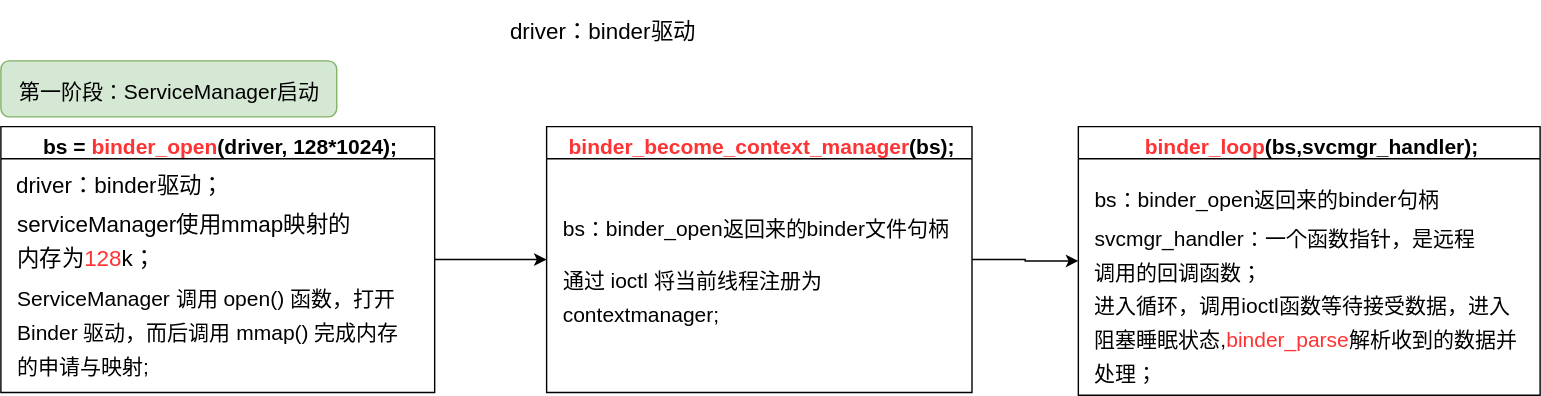
Before: Binder服务注册过程.drawio.svg, a diagram exported from draw.io (guozhenguang/picture). Source tidied: cells renumbered, new cells last; positions are measured from the earlier drawing's top-left corner, leaving out a move shared by most shapes.
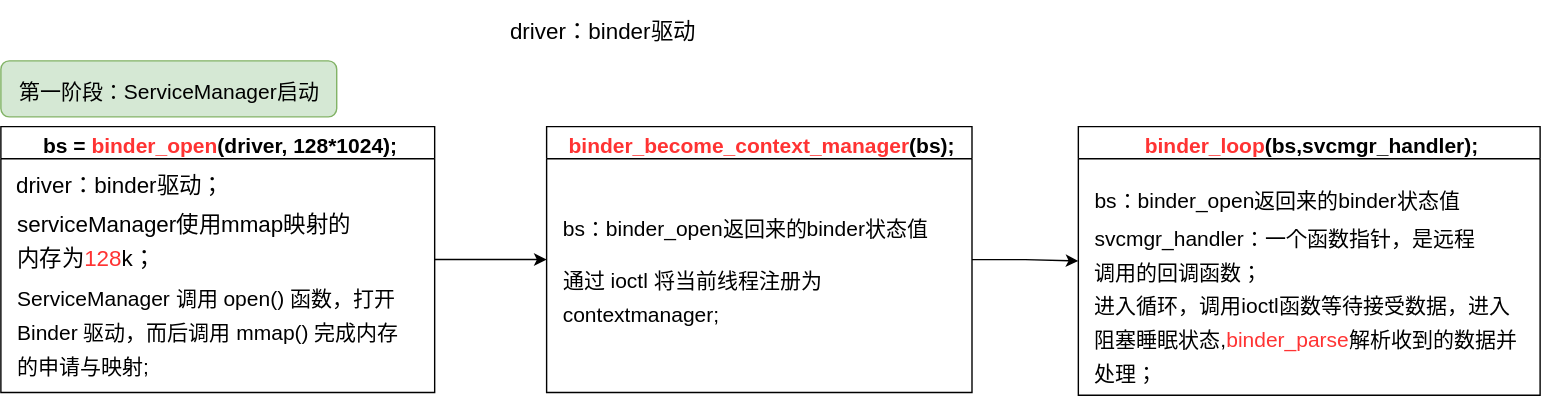
The same diagram one commit later.

Commit message:
更新Binder服务注册过程.drawio.svg

The edit, as a diff of the source:
```diff
@@ -32,8 +32,8 @@
     <mxCell id="11" value="&lt;font style=&quot;font-size: 15px;&quot; face=&quot;Helvetica&quot;&gt;通过 ioctl 将当前线程注册为 &lt;br&gt;contextmanager;&lt;/font&gt;" style="text;html=1;align=left;verticalAlign=middle;strokeColor=none;fillColor=none;fontSize=20;fontFamily=Architects Daughter;" parent="10" vertex="1">
       <mxGeometry x="10" y="90" width="210" height="60" as="geometry" />
     </mxCell>
-    <mxCell id="12" value="&lt;font face=&quot;Helvetica&quot;&gt;&lt;span style=&quot;font-size: 15px;&quot;&gt;bs：binder_open返回来的binder文件句柄&lt;/span&gt;&lt;/font&gt;" style="text;html=1;align=left;verticalAlign=middle;strokeColor=none;fillColor=none;fontSize=20;fontFamily=Architects Daughter;" parent="10" vertex="1">
-      <mxGeometry x="10" y="52" width="294" height="37" as="geometry" />
+    <mxCell id="12" value="&lt;font face=&quot;Helvetica&quot;&gt;&lt;span style=&quot;font-size: 15px;&quot;&gt;bs：binder_open返回来的binder状态值&lt;/span&gt;&lt;/font&gt;" style="text;html=1;align=left;verticalAlign=middle;strokeColor=none;fillColor=none;fontSize=20;fontFamily=Architects Daughter;" parent="10" vertex="1">
+      <mxGeometry x="10" y="52" width="279" height="37" as="geometry" />
     </mxCell>
     <mxCell id="13" value="&lt;font style=&quot;font-size: 15px;&quot; face=&quot;Helvetica&quot;&gt;&amp;nbsp;&lt;font color=&quot;#ff3333&quot;&gt;binder_loop&lt;/font&gt;(bs,svcmgr_handler);&lt;/font&gt;" style="swimlane;whiteSpace=wrap;html=1;hachureGap=4;fontFamily=Architects Daughter;fontSource=https%3A%2F%2Ffonts.googleapis.com%2Fcss%3Ffamily%3DArchitects%2BDaughter;fontSize=20;" parent="1" vertex="1">
       <mxGeometry x="770" y="90" width="330" height="192" as="geometry" />
@@ -41,8 +41,8 @@
     <mxCell id="14" value="&lt;font style=&quot;font-size: 15px;&quot; face=&quot;Helvetica&quot;&gt;&lt;span style=&quot;&quot;&gt;进入循环，调用ioctl函数等待接受数据，进入&lt;br&gt;&lt;/span&gt;阻塞睡眠状态,&lt;font color=&quot;#ff3333&quot;&gt;binder_parse&lt;/font&gt;解析收到的数据并&lt;br&gt;处理；&lt;/font&gt;" style="text;html=1;align=left;verticalAlign=middle;strokeColor=none;fillColor=none;fontSize=20;fontFamily=Architects Daughter;" parent="13" vertex="1">
       <mxGeometry x="10" y="108" width="320" height="84" as="geometry" />
     </mxCell>
-    <mxCell id="15" value="&lt;font face=&quot;Helvetica&quot;&gt;&lt;span style=&quot;font-size: 15px;&quot;&gt;bs：binder_open返回来的binder句柄&lt;/span&gt;&lt;/font&gt;" style="text;html=1;align=left;verticalAlign=middle;strokeColor=none;fillColor=none;fontSize=20;fontFamily=Architects Daughter;" parent="13" vertex="1">
-      <mxGeometry x="10" y="30" width="270" height="40" as="geometry" />
+    <mxCell id="15" value="&lt;font face=&quot;Helvetica&quot;&gt;&lt;span style=&quot;font-size: 15px;&quot;&gt;bs：binder_open返回来的binder状态值&lt;/span&gt;&lt;/font&gt;" style="text;html=1;align=left;verticalAlign=middle;strokeColor=none;fillColor=none;fontSize=20;fontFamily=Architects Daughter;" parent="13" vertex="1">
+      <mxGeometry x="10" y="32" width="279" height="37" as="geometry" />
     </mxCell>
     <mxCell id="16" value="&lt;font face=&quot;Helvetica&quot;&gt;&lt;span style=&quot;font-size: 15px;&quot;&gt;svcmgr_handler：一个函数指针，是远程&lt;br&gt;调用的回调函数；&lt;br&gt;&lt;/span&gt;&lt;/font&gt;" style="text;html=1;align=left;verticalAlign=middle;strokeColor=none;fillColor=none;fontSize=20;fontFamily=Architects Daughter;" parent="13" vertex="1">
       <mxGeometry x="10" y="60" width="300" height="60" as="geometry" />
```
